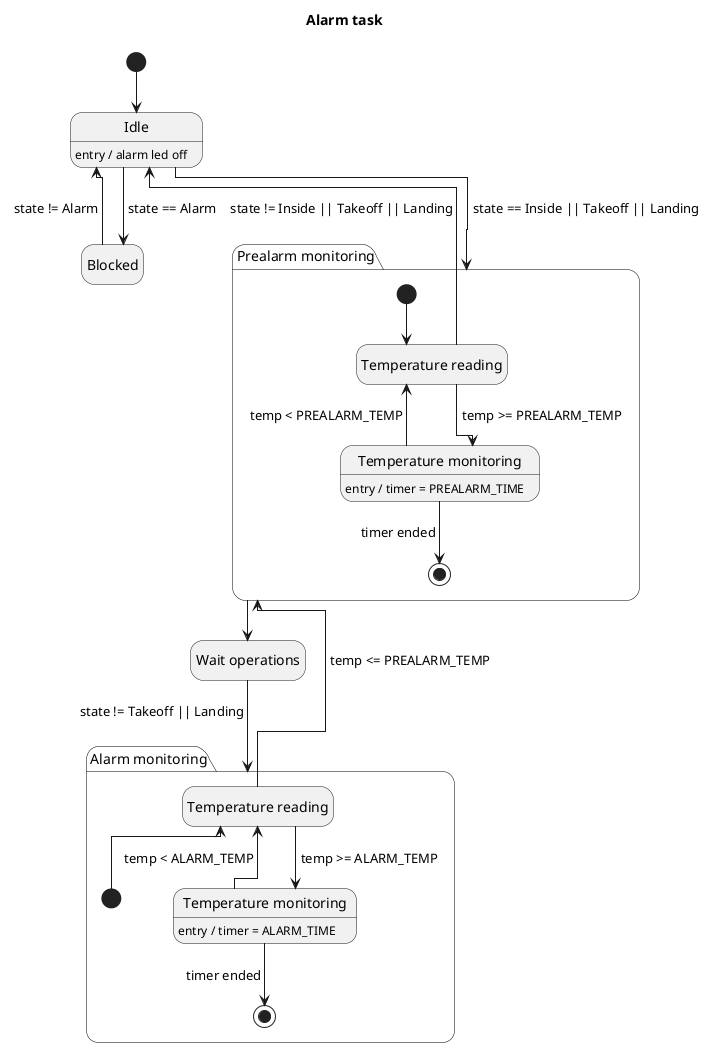
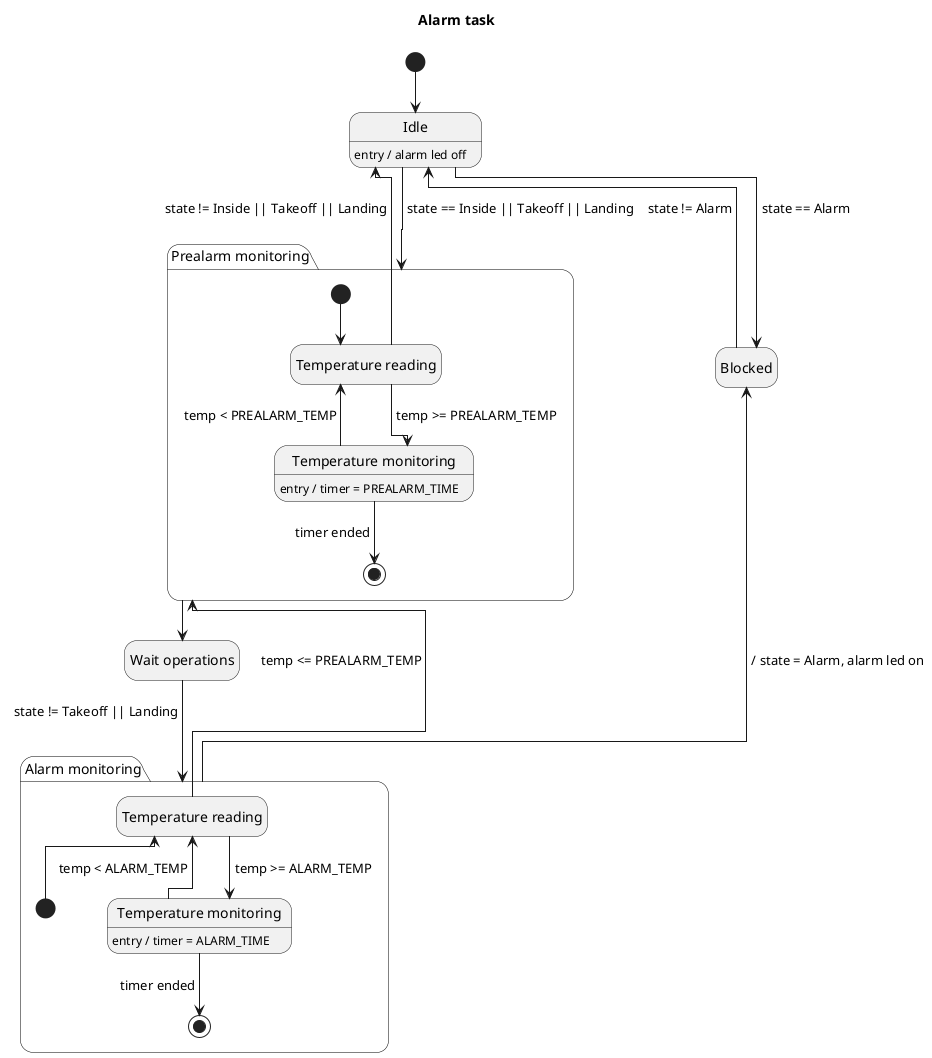
@startuml AlarmTask
!pragma layout elk
hide empty description

title "Alarm task"

state start <<start>>

state "Idle" as idle
idle : entry / alarm led off

state "Blocked" as blocked

state "Prealarm monitoring" as prealarm {
    state startPrealarm <<start>>

    state "Temperature reading" as prealarmTempReading

    state "Temperature monitoring" as prealarmTempMonitoring
    prealarmTempMonitoring : entry / timer = PREALARM_TIME

    state endPrealarm <<end>>
}

state "Wait operations" as waitOperations

state "Alarm monitoring" as alarm {
    state startAlarm <<start>>

    state "Temperature reading" as alarmTempReading

    state "Temperature monitoring" as alarmTempMonitoring
    alarmTempMonitoring : entry / timer = ALARM_TIME

    state endAlarm <<end>>
}

start -d-> idle
idle -r-> blocked : state == Alarm
blocked -l-> idle : state != Alarm
idle -d-> prealarm : state == Inside || Takeoff || Landing

startPrealarm -r-> prealarmTempReading
prealarmTempReading -r-> prealarmTempMonitoring : temp >= PREALARM_TEMP
prealarmTempReading -u-> idle : state != Inside || Takeoff || Landing
prealarmTempMonitoring -l-> prealarmTempReading : temp < PREALARM_TEMP
prealarmTempMonitoring -r-> endPrealarm : timer ended

prealarm -d-> waitOperations

waitOperations -d-> alarm : state != Takeoff || Landing

startAlarm -u-> alarmTempReading
alarmTempReading -r-> alarmTempMonitoring : temp >= ALARM_TEMP
alarmTempReading -u-> prealarm : temp <= PREALARM_TEMP
alarmTempMonitoring -l-> alarmTempReading : temp < ALARM_TEMP
alarmTempMonitoring -r-> endAlarm : timer ended
+ alarm -u-> blocked : / state = Alarm, alarm led on

@enduml
